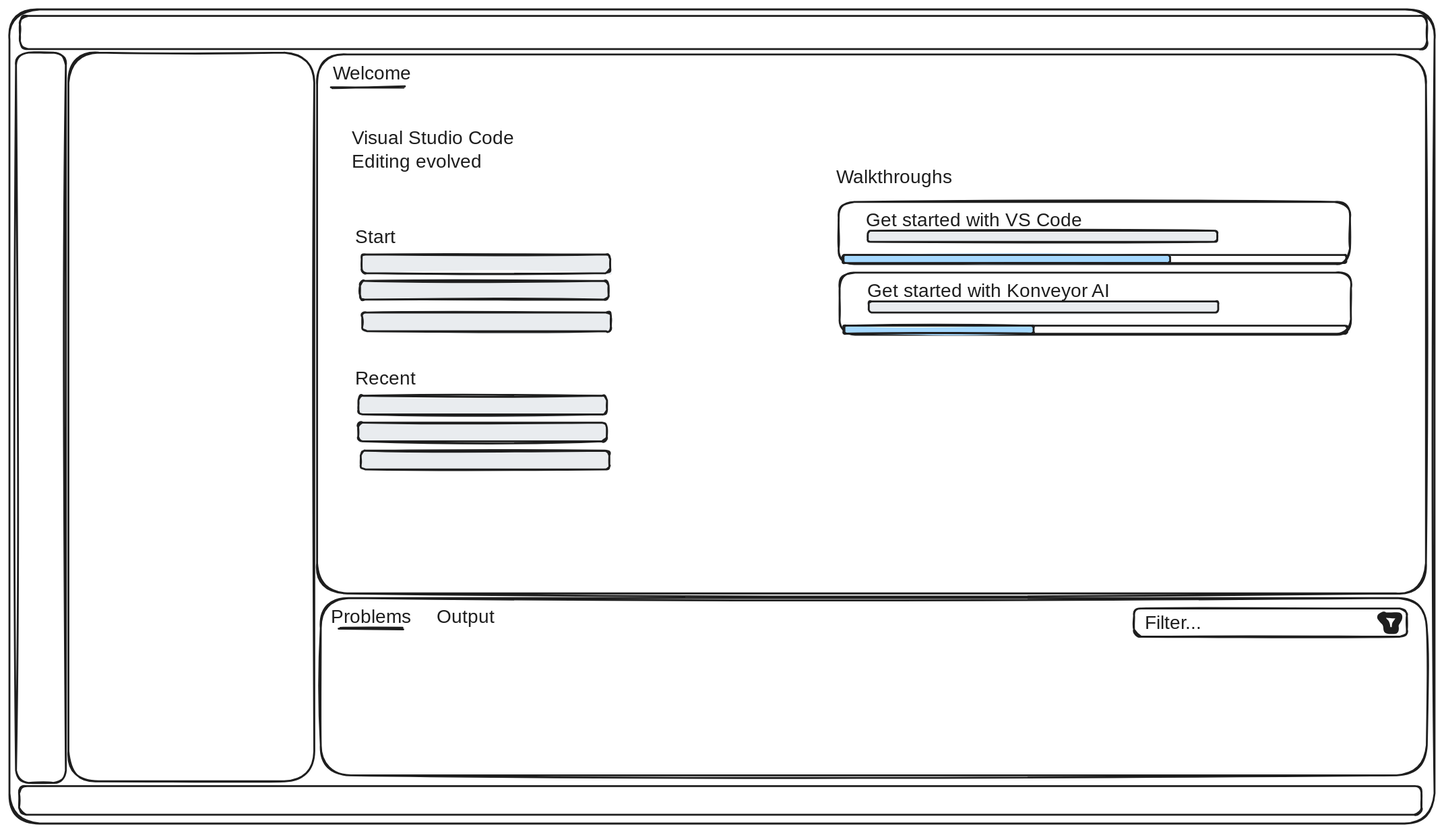
Above: wireframe/3.welcome.excalidraw.svg in sjd78/kai-ide-user-stories (Excalidraw), before the change. Source tidied: one line per element, renumbered; positions are measured from the earlier drawing's top-left corner, leaving out a move shared by most shapes. Source of this version:
```json
{"id": 0, "type": "rectangle", "strokeColor": "#1e1e1e", "strokeWidth": 2, "roughness": 1, "round": true, "x": 0, "y": 0, "width": 1510, "height": 863}
{"id": 1, "type": "rectangle", "strokeColor": "#1e1e1e", "strokeWidth": 2, "roughness": 1, "round": true, "x": 11, "y": 7, "width": 1491, "height": 35}
{"id": 2, "type": "rectangle", "strokeColor": "#1e1e1e", "strokeWidth": 2, "roughness": 1, "round": true, "x": 7, "y": 46, "width": 53, "height": 775}
{"id": 3, "type": "rectangle", "strokeColor": "#1e1e1e", "strokeWidth": 2, "roughness": 1, "round": true, "x": 10, "y": 824, "width": 1486, "height": 30}
{"id": 4, "type": "rectangle", "strokeColor": "#1e1e1e", "strokeWidth": 2, "roughness": 1, "round": true, "x": 62, "y": 46, "width": 261, "height": 773}
{"id": 5, "type": "rectangle", "strokeColor": "#1e1e1e", "strokeWidth": 2, "roughness": 1, "round": true, "x": 326, "y": 48, "width": 1175, "height": 572}
{"id": 6, "type": "text", "text": "Welcome", "strokeColor": "#1e1e1e", "strokeWidth": 2, "roughness": 1, "fontSize": 20, "fontFamily": 1, "x": 343, "y": 57, "width": 76, "height": 25}
{"id": 7, "type": "rectangle", "strokeColor": "#1e1e1e", "strokeWidth": 2, "roughness": 1, "round": true, "x": 330, "y": 624, "width": 1172, "height": 188}
{"id": 8, "type": "text", "text": "Problems", "strokeColor": "#1e1e1e", "strokeWidth": 2, "roughness": 1, "fontSize": 20, "fontFamily": 1, "x": 341, "y": 633, "width": 83, "height": 25}
{"id": 9, "type": "text", "text": "Output", "strokeColor": "#1e1e1e", "strokeWidth": 2, "roughness": 1, "fontSize": 20, "fontFamily": 1, "x": 453, "y": 633, "width": 70, "height": 25}
{"id": 10, "type": "line", "strokeColor": "#1e1e1e", "strokeWidth": 2, "roughness": 1, "round": true, "x": 350, "y": 656, "width": 67, "height": 0, "points": [[0, 0], [67, 0]]}
{"id": 11, "type": "rectangle", "strokeColor": "#1e1e1e", "strokeWidth": 2, "roughness": 1, "round": true, "x": 1192, "y": 635, "width": 289, "height": 30}
{"id": 12, "type": "text", "text": "Filter...", "strokeColor": "#1e1e1e", "strokeWidth": 1, "roughness": 1, "fontSize": 20, "fontFamily": 1, "x": 1203, "y": 639, "width": 68, "height": 25}
{"id": 13, "type": "freedraw", "strokeColor": "#1e1e1e", "strokeWidth": 1, "roughness": 1, "x": 1457, "y": 642, "width": 20, "height": 17, "points": [[0, 0], [2, 0], [5, 0], [10, 0], [14, 0], [16, 1], [15, 4], [14, 5], [13, 7], [12, 8], [11, 10], [11, 12], [11, 14], [11, 16], [6, 16], [3, 17], [2, 14], [2, 11], [2, 10], [2, 9], [0, 7], [-1, 6], [-2, 4], [-4, 3], [-4, 2], [-3, 1], [-2, 0]]}
{"id": 14, "type": "line", "strokeColor": "#1e1e1e", "strokeWidth": 2, "roughness": 1, "round": true, "x": 342, "y": 83, "width": 78, "height": 1, "points": [[0, 0], [78, -1]]}
{"id": 15, "type": "text", "text": "Visual Studio Code\nEditing evolved", "strokeColor": "#1e1e1e", "strokeWidth": 2, "roughness": 1, "fontSize": 20, "fontFamily": 1, "x": 362, "y": 125, "width": 183, "height": 50}
{"id": 16, "type": "text", "text": "Start\n\n\n\n\n\nRecent", "strokeColor": "#1e1e1e", "strokeWidth": 2, "roughness": 1, "fontSize": 20, "fontFamily": 1, "x": 366, "y": 230, "width": 66, "height": 175}
{"id": 17, "type": "rectangle", "strokeColor": "#1e1e1e", "backgroundColor": "#e9ecef", "fillStyle": "solid", "strokeWidth": 2, "roughness": 1, "round": true, "x": 373, "y": 260, "width": 263, "height": 20}
{"id": 18, "type": "rectangle", "strokeColor": "#1e1e1e", "backgroundColor": "#e9ecef", "fillStyle": "solid", "strokeWidth": 2, "roughness": 1, "round": true, "x": 372, "y": 288, "width": 263, "height": 20}
{"id": 19, "type": "rectangle", "strokeColor": "#1e1e1e", "backgroundColor": "#e9ecef", "fillStyle": "solid", "strokeWidth": 2, "roughness": 1, "round": true, "x": 374, "y": 321, "width": 263, "height": 20}
{"id": 20, "type": "rectangle", "strokeColor": "#1e1e1e", "backgroundColor": "#e9ecef", "fillStyle": "solid", "strokeWidth": 2, "roughness": 1, "round": true, "x": 370, "y": 410, "width": 263, "height": 20}
{"id": 21, "type": "rectangle", "strokeColor": "#1e1e1e", "backgroundColor": "#e9ecef", "fillStyle": "solid", "strokeWidth": 2, "roughness": 1, "round": true, "x": 370, "y": 438, "width": 263, "height": 20}
{"id": 22, "type": "rectangle", "strokeColor": "#1e1e1e", "backgroundColor": "#e9ecef", "fillStyle": "solid", "strokeWidth": 2, "roughness": 1, "round": true, "x": 372, "y": 468, "width": 263, "height": 20}
{"id": 23, "type": "text", "text": "Walkthroughs", "strokeColor": "#1e1e1e", "strokeWidth": 2, "roughness": 1, "fontSize": 20, "fontFamily": 1, "x": 876, "y": 166, "width": 126, "height": 25}
{"id": 24, "type": "rectangle", "strokeColor": "#1e1e1e", "strokeWidth": 2, "roughness": 1, "round": true, "x": 879, "y": 204, "width": 542, "height": 66}
{"id": 25, "type": "rectangle", "strokeColor": "#1e1e1e", "strokeWidth": 2, "roughness": 1, "round": true, "x": 880, "y": 279, "width": 542, "height": 66}
{"id": 26, "type": "text", "text": "Get started with VS Code\n", "strokeColor": "#1e1e1e", "strokeWidth": 2, "roughness": 1, "fontSize": 20, "fontFamily": 1, "x": 908, "y": 212, "width": 262, "height": 50}
{"id": 27, "type": "text", "text": "Get started with Konveyor AI\n", "strokeColor": "#1e1e1e", "strokeWidth": 2, "roughness": 1, "fontSize": 20, "fontFamily": 1, "x": 909, "y": 287, "width": 301, "height": 50}
{"id": 28, "type": "rectangle", "strokeColor": "#1e1e1e", "backgroundColor": "#e9ecef", "fillStyle": "solid", "strokeWidth": 2, "roughness": 1, "round": true, "x": 910, "y": 235, "width": 370, "height": 12}
{"id": 29, "type": "rectangle", "strokeColor": "#1e1e1e", "backgroundColor": "#e9ecef", "fillStyle": "solid", "strokeWidth": 2, "roughness": 1, "round": true, "x": 911, "y": 310, "width": 370, "height": 12}
{"id": 30, "type": "rectangle", "strokeColor": "#1e1e1e", "strokeWidth": 2, "roughness": 1, "round": true, "x": 883, "y": 260, "width": 534, "height": 9}
{"id": 31, "type": "rectangle", "strokeColor": "#1e1e1e", "backgroundColor": "#a5d8ff", "fillStyle": "solid", "strokeWidth": 2, "roughness": 1, "round": true, "x": 884, "y": 260, "width": 346, "height": 9}
{"id": 32, "type": "rectangle", "strokeColor": "#1e1e1e", "strokeWidth": 2, "roughness": 1, "round": true, "x": 884, "y": 335, "width": 534, "height": 9}
{"id": 33, "type": "rectangle", "strokeColor": "#1e1e1e", "backgroundColor": "#a5d8ff", "fillStyle": "solid", "strokeWidth": 2, "roughness": 1, "round": true, "x": 885, "y": 335, "width": 200, "height": 8}
```
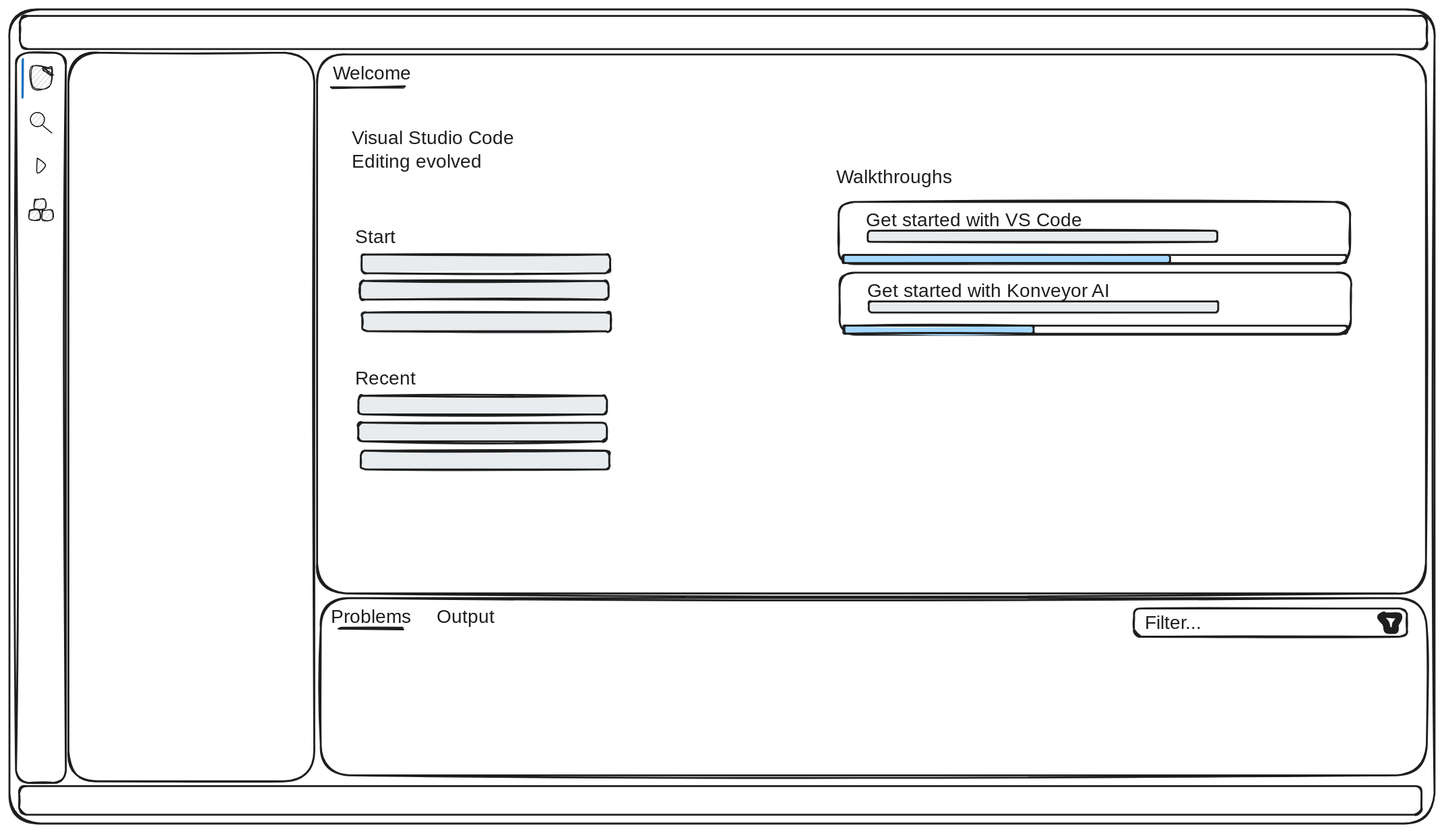
After the commit.

The edit, as a diff of the source:
```diff
@@ -32,3 +32,11 @@
 {"id": 31, "type": "rectangle", "strokeColor": "#1e1e1e", "backgroundColor": "#a5d8ff", "fillStyle": "solid", "strokeWidth": 2, "roughness": 1, "round": true, "x": 884, "y": 260, "width": 346, "height": 9}
 {"id": 32, "type": "rectangle", "strokeColor": "#1e1e1e", "strokeWidth": 2, "roughness": 1, "round": true, "x": 884, "y": 335, "width": 534, "height": 9}
 {"id": 33, "type": "rectangle", "strokeColor": "#1e1e1e", "backgroundColor": "#a5d8ff", "fillStyle": "solid", "strokeWidth": 2, "roughness": 1, "round": true, "x": 885, "y": 335, "width": 200, "height": 8}
+{"id": 34, "type": "line", "strokeColor": "#000000", "backgroundColor": "#ced4da", "fillStyle": "hachure", "strokeWidth": 1, "roughness": 0, "round": true, "x": 29, "y": 158, "width": 9, "height": 16, "points": [[0, 0], [9, 8], [0, 16], [0, 0]]}
+{"id": 35, "type": "line", "strokeColor": "#1e1e1e", "backgroundColor": "#c8c8c8", "fillStyle": "hachure", "strokeWidth": 1, "roughness": 1, "round": true, "x": 40, "y": 63, "width": 21, "height": 23, "points": [[0, 0], [5, 0], [3, 18], [-14, 20], [-15, -1], [4, -1], [-5, 0], [5, 8], [-3, -3]]}
+{"id": 36, "type": "line", "strokeColor": "#1971c2", "backgroundColor": "#c8c8c8", "fillStyle": "hachure", "strokeWidth": 2, "roughness": 1, "round": true, "x": 14, "y": 53, "width": 0, "height": 40, "points": [[0, 0], [0, 40]]}
+{"id": 37, "type": "ellipse", "strokeColor": "#000000", "backgroundColor": "#c8c8c8", "fillStyle": "hachure", "strokeWidth": 1, "roughness": 0, "x": 22, "y": 109, "width": 15, "height": 15}
+{"id": 38, "type": "line", "strokeColor": "#000000", "backgroundColor": "#c8c8c8", "fillStyle": "hachure", "strokeWidth": 1, "roughness": 0, "round": true, "x": 35, "y": 123, "width": 9, "height": 8, "points": [[0, 0], [9, 8]]}
+{"id": 39, "type": "line", "strokeColor": "#1e1e1e", "backgroundColor": "#c8c8c8", "fillStyle": "hachure", "strokeWidth": 1, "roughness": 1, "round": true, "x": 27, "y": 202, "width": 11, "height": 10, "points": [[0, 0], [10, 0], [11, 9], [0, 10], [0, 0]]}
+{"id": 40, "type": "line", "strokeColor": "#1e1e1e", "backgroundColor": "#c8c8c8", "fillStyle": "hachure", "strokeWidth": 1, "roughness": 1, "round": true, "x": 35, "y": 213, "width": 11, "height": 10, "points": [[0, 0], [10, 0], [11, 9], [0, 10], [0, 0]]}
+{"id": 41, "type": "line", "strokeColor": "#1e1e1e", "backgroundColor": "#c8c8c8", "fillStyle": "hachure", "strokeWidth": 1, "roughness": 1, "round": true, "x": 22, "y": 213, "width": 11, "height": 10, "points": [[0, 0], [10, 0], [11, 9], [0, 10], [0, 0]]}
```
